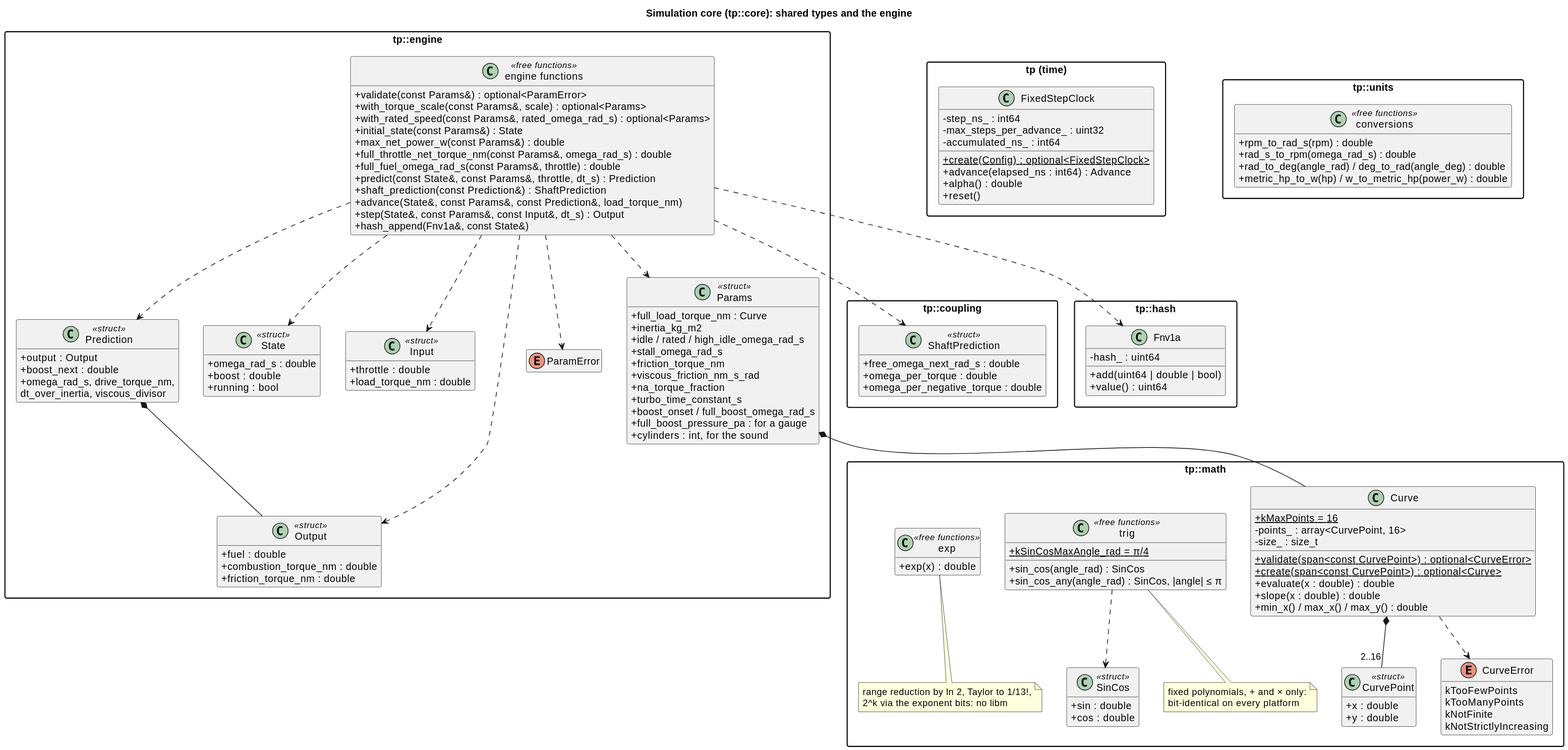
Before: docs/diagrams/svg/core_classes.svg, a diagram exported from PlantUML (wversteeg/TractorPulling).
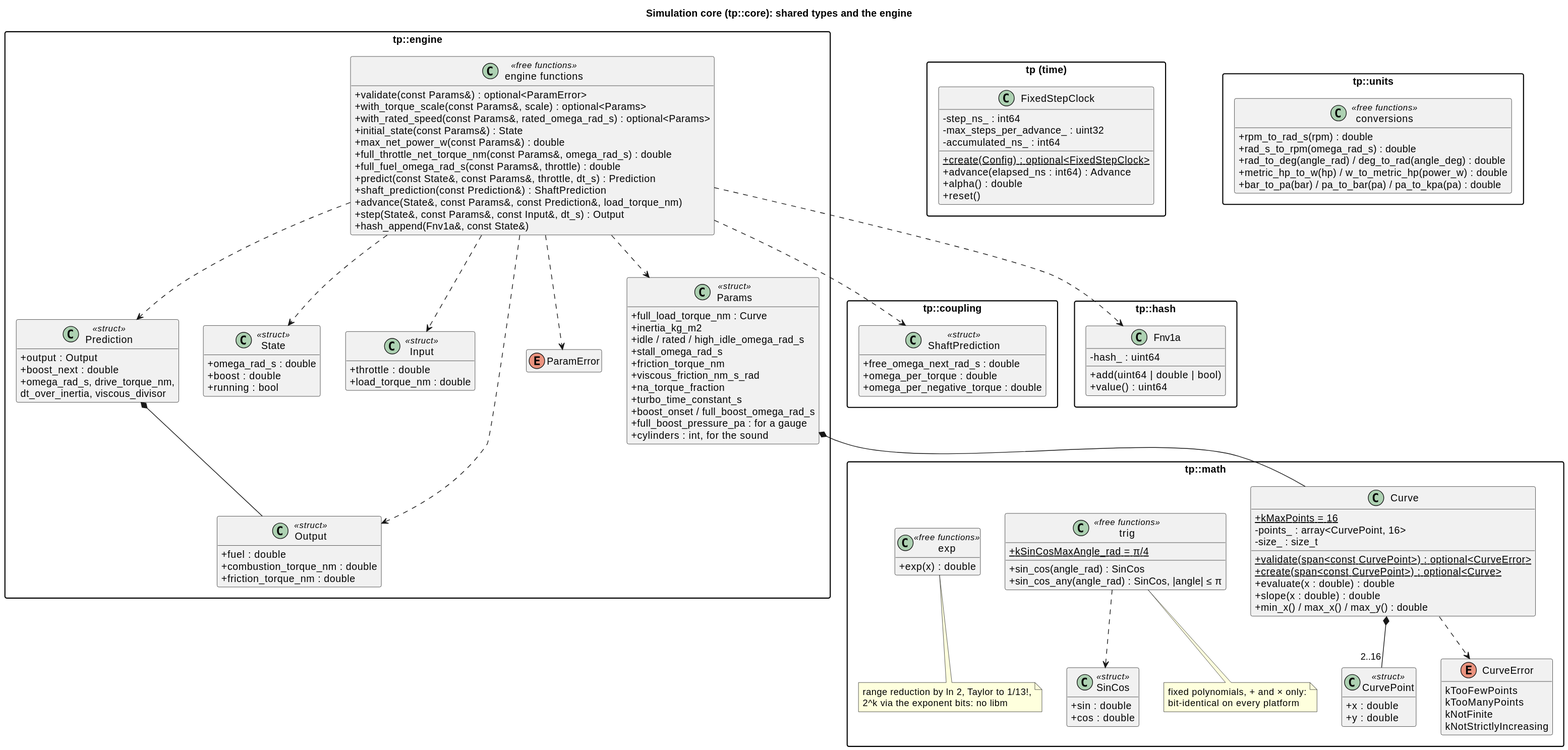
After the change.

What changed in the source:
```diff
@@ -147,6 +147,7 @@
       +rad_s_to_rpm(omega_rad_s) : double
       +rad_to_deg(angle_rad) / deg_to_rad(angle_deg) : double
       +metric_hp_to_w(hp) / w_to_metric_hp(power_w) : double
+      +bar_to_pa(bar) / pa_to_bar(pa) / pa_to_kpa(pa) : double
     }
   }
 @enduml
```
